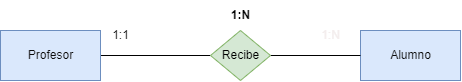
The draw.io diagram tareas/tarea-1/images/ejercicio1.drawio.png in aguemarrero/base-datos, before a commit. Source tidied: cells renumbered, new cells last; positions are measured from the earlier drawing's top-left corner, leaving out a move shared by most shapes. Its diagram source:
```xml
<mxGraphModel>
  <root>
    <mxCell id="0" />
    <mxCell id="1" parent="0" />
    <mxCell id="2" style="edgeStyle=none;html=1;entryX=0;entryY=0.5;entryDx=0;entryDy=0;endArrow=none;endFill=0;" parent="1" edge="1" source="3" target="6">
      <mxGeometry relative="1" as="geometry" />
    </mxCell>
    <mxCell id="3" value="&lt;font color=&quot;#0d0c0c&quot;&gt;Profesor&lt;/font&gt;" style="html=1;dashed=0;whitespace=wrap;fillColor=#dae8fc;strokeColor=#6c8ebf;" parent="1" vertex="1">
      <mxGeometry y="30" width="100" height="50" as="geometry" />
    </mxCell>
    <mxCell id="4" value="&lt;font color=&quot;#0a0a0a&quot;&gt;Alumno&lt;/font&gt;" style="html=1;dashed=0;whitespace=wrap;fillColor=#dae8fc;strokeColor=#6c8ebf;" parent="1" vertex="1">
      <mxGeometry x="360" y="30" width="100" height="50" as="geometry" />
    </mxCell>
    <mxCell id="5" style="edgeStyle=none;html=1;entryX=0;entryY=0.5;entryDx=0;entryDy=0;endArrow=none;endFill=0;" parent="1" edge="1" source="6" target="4">
      <mxGeometry relative="1" as="geometry" />
    </mxCell>
    <mxCell id="6" value="&lt;font color=&quot;#000000&quot;&gt;Recibe&lt;/font&gt;" style="shape=rhombus;html=1;dashed=0;whitespace=wrap;perimeter=rhombusPerimeter;fillColor=#d5e8d4;strokeColor=#82b366;" parent="1" vertex="1">
      <mxGeometry x="210" y="30" width="60" height="50" as="geometry" />
    </mxCell>
    <mxCell id="7" value="&lt;font style=&quot;&quot; color=&quot;#f3eded&quot;&gt;1:N&lt;/font&gt;" style="text;html=1;align=center;verticalAlign=middle;strokeColor=none;fillColor=none;" parent="1" vertex="1">
      <mxGeometry x="310" y="20" width="40" height="30" as="geometry" />
    </mxCell>
    <mxCell id="8" value="1:1" style="text;html=1;align=center;verticalAlign=middle;strokeColor=none;fillColor=none;" parent="1" vertex="1">
      <mxGeometry x="100" y="20" width="40" height="30" as="geometry" />
    </mxCell>
    <mxCell id="9" value="&lt;b&gt;1:N&lt;/b&gt;" style="text;html=1;align=center;verticalAlign=middle;strokeColor=none;fillColor=none;" parent="1" vertex="1">
      <mxGeometry x="220" width="40" height="30" as="geometry" />
    </mxCell>
  </root>
</mxGraphModel>
```
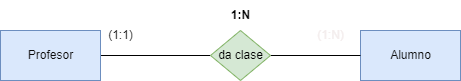
The same diagram one commit later.

Change to the diagram source:
```diff
@@ -14,14 +14,14 @@
     <mxCell id="5" style="edgeStyle=none;html=1;entryX=0;entryY=0.5;entryDx=0;entryDy=0;endArrow=none;endFill=0;" parent="1" edge="1" source="6" target="4">
       <mxGeometry relative="1" as="geometry" />
     </mxCell>
-    <mxCell id="6" value="&lt;font color=&quot;#000000&quot;&gt;Recibe&lt;/font&gt;" style="shape=rhombus;html=1;dashed=0;whitespace=wrap;perimeter=rhombusPerimeter;fillColor=#d5e8d4;strokeColor=#82b366;" parent="1" vertex="1">
+    <mxCell id="6" value="&lt;font color=&quot;#000000&quot;&gt;da clase&lt;/font&gt;" style="shape=rhombus;html=1;dashed=0;whitespace=wrap;perimeter=rhombusPerimeter;fillColor=#d5e8d4;strokeColor=#82b366;" parent="1" vertex="1">
       <mxGeometry x="210" y="30" width="60" height="50" as="geometry" />
     </mxCell>
-    <mxCell id="7" value="&lt;font style=&quot;&quot; color=&quot;#f3eded&quot;&gt;1:N&lt;/font&gt;" style="text;html=1;align=center;verticalAlign=middle;strokeColor=none;fillColor=none;" parent="1" vertex="1">
-      <mxGeometry x="310" y="20" width="40" height="30" as="geometry" />
+    <mxCell id="7" value="&lt;font style=&quot;&quot; color=&quot;#f3eded&quot;&gt;(1:N)&lt;/font&gt;" style="text;html=1;align=center;verticalAlign=middle;strokeColor=none;fillColor=none;" parent="1" vertex="1">
+      <mxGeometry x="305" y="20" width="50" height="30" as="geometry" />
     </mxCell>
-    <mxCell id="8" value="1:1" style="text;html=1;align=center;verticalAlign=middle;strokeColor=none;fillColor=none;" parent="1" vertex="1">
-      <mxGeometry x="100" y="20" width="40" height="30" as="geometry" />
+    <mxCell id="8" value="(1:1)" style="text;html=1;align=center;verticalAlign=middle;strokeColor=none;fillColor=none;" parent="1" vertex="1">
+      <mxGeometry x="95" y="20" width="50" height="30" as="geometry" />
     </mxCell>
     <mxCell id="9" value="&lt;b&gt;1:N&lt;/b&gt;" style="text;html=1;align=center;verticalAlign=middle;strokeColor=none;fillColor=none;" parent="1" vertex="1">
       <mxGeometry x="220" width="40" height="30" as="geometry" />
```
